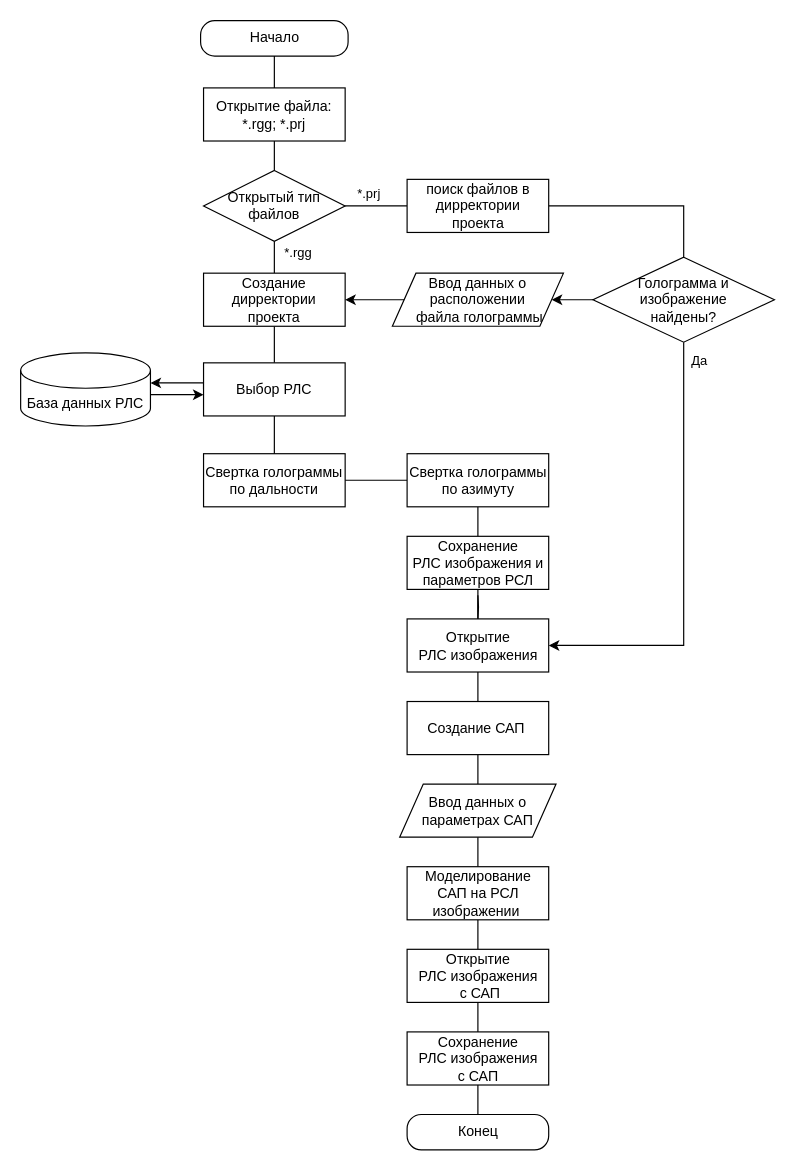
This is page "Страница 4" (4 of 4) of Диаграмма без названия.drawio from OlegShir/hologramm, a draw.io file, before an edit. Source tidied: cells renumbered, new cells numbered last; positions are measured from the earlier drawing's top-left corner, leaving out a move shared by most shapes. Both pictures are drawn from the tidied source at 118%, with x=0, y=0 at pixel (20, 20).
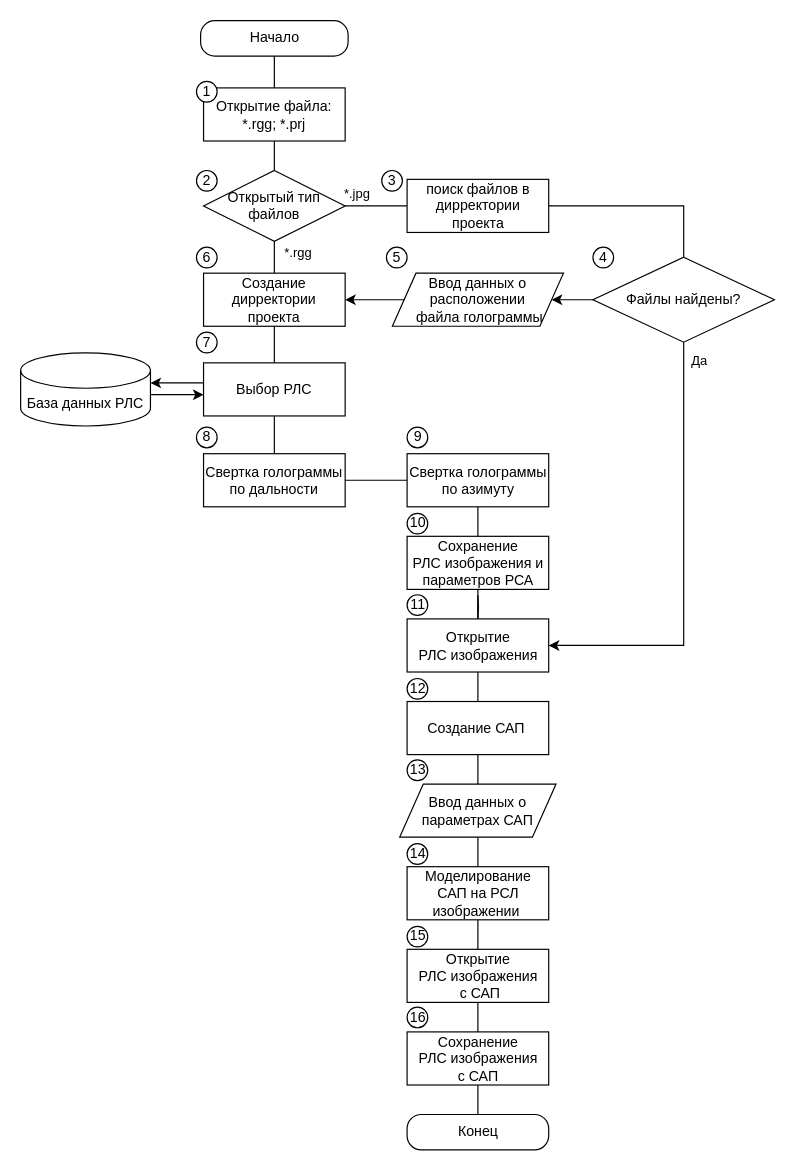
Above is the later version.

Unchanged cells that the change refers to:
```xml
<mxCell id="6" value="Открытый тип файлов" style="rhombus;whiteSpace=wrap;html=1;" parent="1" vertex="1">
  <mxGeometry x="155" y="127" width="120" height="60" as="geometry" />
</mxCell>
<mxCell id="8" value="поиск файлов в дирректории проекта" style="rounded=0;whiteSpace=wrap;html=1;direction=west;" parent="1" vertex="1">
  <mxGeometry x="327.5" y="134.5" width="120" height="45" as="geometry" />
</mxCell>
```

Change to the diagram source:
```diff
@@
-    <mxCell id="4" value="*.prj" style="edgeStyle=orthogonalEdgeStyle;rounded=0;jettySize=auto;html=1;endArrow=none;endFill=0;" parent="1" edge="1" source="6" target="8">
-      <mxGeometry x="-0.24" y="10" relative="1" as="geometry" />
+    <mxCell id="4" value="*.jpg" style="edgeStyle=orthogonalEdgeStyle;rounded=0;jettySize=auto;html=1;endArrow=none;endFill=0;" parent="1" edge="1" source="6" target="8">
+      <mxGeometry x="-0.62" y="10" relative="1" as="geometry" />
     </mxCell>
@@
-    <mxCell id="21" value="Сохранение &lt;br&gt;РЛС изображения и параметров РСЛ" style="rounded=0;whiteSpace=wrap;html=1;" parent="1" vertex="1">
+    <mxCell id="21" value="Сохранение &lt;br&gt;РЛС изображения и параметров РСА" style="rounded=0;whiteSpace=wrap;html=1;" parent="1" vertex="1">
       <mxGeometry x="327.5" y="437" width="120" height="45" as="geometry" />
     </mxCell>
@@
-    <mxCell id="26" value="Голограмма и изображение &lt;br&gt;найдены?" style="rhombus;whiteSpace=wrap;html=1;" parent="1" vertex="1">
+    <mxCell id="26" value="Файлы найдены?" style="rhombus;whiteSpace=wrap;html=1;" parent="1" vertex="1">
       <mxGeometry x="485" y="200.5" width="153.8" height="72" as="geometry" />
     </mxCell>
@@
+    <mxCell id="42" value="1" style="ellipse;whiteSpace=wrap;html=1;direction=south;fillColor=default;verticalAlign=middle;horizontal=1;labelPosition=center;verticalLabelPosition=middle;align=center;" parent="1" vertex="1">
+      <mxGeometry x="149" y="51.5" width="17.5" height="17.5" as="geometry" />
+    </mxCell>
+    <mxCell id="43" value="2" style="ellipse;whiteSpace=wrap;html=1;direction=south;fillColor=default;verticalAlign=middle;horizontal=1;labelPosition=center;verticalLabelPosition=middle;align=center;" parent="1" vertex="1">
+      <mxGeometry x="149" y="127" width="17.5" height="17.5" as="geometry" />
+    </mxCell>
+    <mxCell id="44" value="3" style="ellipse;whiteSpace=wrap;html=1;direction=south;fillColor=default;verticalAlign=middle;horizontal=1;labelPosition=center;verticalLabelPosition=middle;align=center;" parent="1" vertex="1">
+      <mxGeometry x="306" y="127" width="17.5" height="17.5" as="geometry" />
+    </mxCell>
+    <mxCell id="45" value="4" style="ellipse;whiteSpace=wrap;html=1;direction=south;fillColor=default;verticalAlign=middle;horizontal=1;labelPosition=center;verticalLabelPosition=middle;align=center;" parent="1" vertex="1">
+      <mxGeometry x="485" y="192" width="17.5" height="17.5" as="geometry" />
+    </mxCell>
+    <mxCell id="46" value="5" style="ellipse;whiteSpace=wrap;html=1;direction=south;fillColor=default;verticalAlign=middle;horizontal=1;labelPosition=center;verticalLabelPosition=middle;align=center;" parent="1" vertex="1">
+      <mxGeometry x="310" y="192" width="17.5" height="17.5" as="geometry" />
+    </mxCell>
+    <mxCell id="47" value="6" style="ellipse;whiteSpace=wrap;html=1;direction=south;fillColor=default;verticalAlign=middle;horizontal=1;labelPosition=center;verticalLabelPosition=middle;align=center;" parent="1" vertex="1">
+      <mxGeometry x="149" y="192" width="17.5" height="17.5" as="geometry" />
+    </mxCell>
+    <mxCell id="48" value="7" style="ellipse;whiteSpace=wrap;html=1;direction=south;fillColor=default;verticalAlign=middle;horizontal=1;labelPosition=center;verticalLabelPosition=middle;align=center;" parent="1" vertex="1">
+      <mxGeometry x="149" y="264" width="17.5" height="17.5" as="geometry" />
+    </mxCell>
+    <mxCell id="49" value="8" style="ellipse;whiteSpace=wrap;html=1;direction=south;fillColor=default;verticalAlign=middle;horizontal=1;labelPosition=center;verticalLabelPosition=middle;align=center;" parent="1" vertex="1">
+      <mxGeometry x="149" y="344.5" width="17.5" height="17.5" as="geometry" />
+    </mxCell>
+    <mxCell id="50" value="9" style="ellipse;whiteSpace=wrap;html=1;direction=south;fillColor=default;verticalAlign=middle;horizontal=1;labelPosition=center;verticalLabelPosition=middle;align=center;" parent="1" vertex="1">
+      <mxGeometry x="327.5" y="344.5" width="17.5" height="17.5" as="geometry" />
+    </mxCell>
+    <mxCell id="51" value="10" style="ellipse;whiteSpace=wrap;html=1;direction=south;fillColor=default;verticalAlign=middle;horizontal=1;labelPosition=center;verticalLabelPosition=middle;align=center;" parent="1" vertex="1">
+      <mxGeometry x="327.5" y="417.5" width="17.5" height="17.5" as="geometry" />
+    </mxCell>
+    <mxCell id="52" value="11" style="ellipse;whiteSpace=wrap;html=1;direction=south;fillColor=default;verticalAlign=middle;horizontal=1;labelPosition=center;verticalLabelPosition=middle;align=center;" parent="1" vertex="1">
+      <mxGeometry x="327.5" y="486.5" width="17.5" height="17.5" as="geometry" />
+    </mxCell>
+    <mxCell id="53" value="12" style="ellipse;whiteSpace=wrap;html=1;direction=south;fillColor=default;verticalAlign=middle;horizontal=1;labelPosition=center;verticalLabelPosition=middle;align=center;" parent="1" vertex="1">
+      <mxGeometry x="327.5" y="557.5" width="17.5" height="17.5" as="geometry" />
+    </mxCell>
+    <mxCell id="54" value="13" style="ellipse;whiteSpace=wrap;html=1;direction=south;fillColor=default;verticalAlign=middle;horizontal=1;labelPosition=center;verticalLabelPosition=middle;align=center;" parent="1" vertex="1">
+      <mxGeometry x="327.5" y="626.5" width="17.5" height="17.5" as="geometry" />
+    </mxCell>
+    <mxCell id="55" value="14" style="ellipse;whiteSpace=wrap;html=1;direction=south;fillColor=default;verticalAlign=middle;horizontal=1;labelPosition=center;verticalLabelPosition=middle;align=center;" parent="1" vertex="1">
+      <mxGeometry x="327.5" y="697.5" width="17.5" height="17.5" as="geometry" />
+    </mxCell>
+    <mxCell id="56" value="15" style="ellipse;whiteSpace=wrap;html=1;direction=south;fillColor=default;verticalAlign=middle;horizontal=1;labelPosition=center;verticalLabelPosition=middle;align=center;" parent="1" vertex="1">
+      <mxGeometry x="327.5" y="767.5" width="17.5" height="17.5" as="geometry" />
+    </mxCell>
+    <mxCell id="57" value="16" style="ellipse;whiteSpace=wrap;html=1;direction=south;fillColor=default;verticalAlign=middle;horizontal=1;labelPosition=center;verticalLabelPosition=middle;align=center;" parent="1" vertex="1">
+      <mxGeometry x="327.5" y="836" width="17.5" height="17.5" as="geometry" />
+    </mxCell>
```
